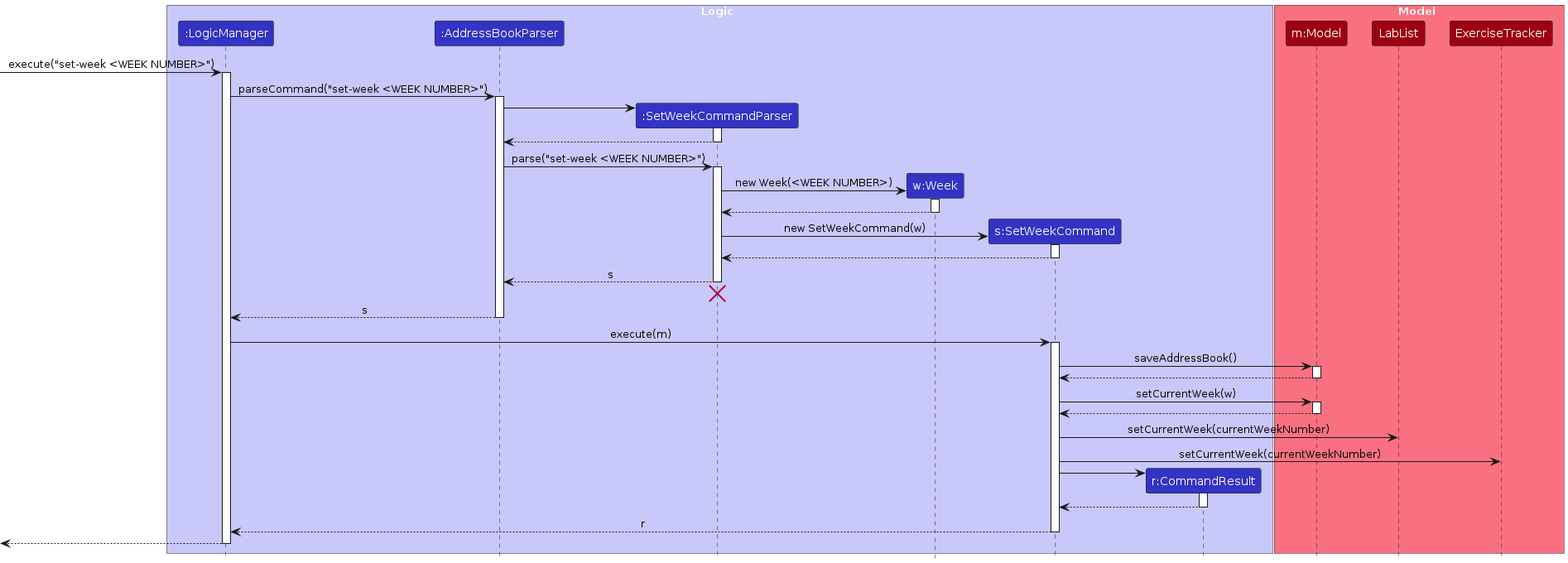
The PlantUML diagram diagrams/set-week/SetWeekSequenceDiagram.png in AY2526S1-CS2103T-T09-3/tp, before a commit. Its source is kept beside it as diagrams/set-week/SetWeekSequenceDiagram.puml.
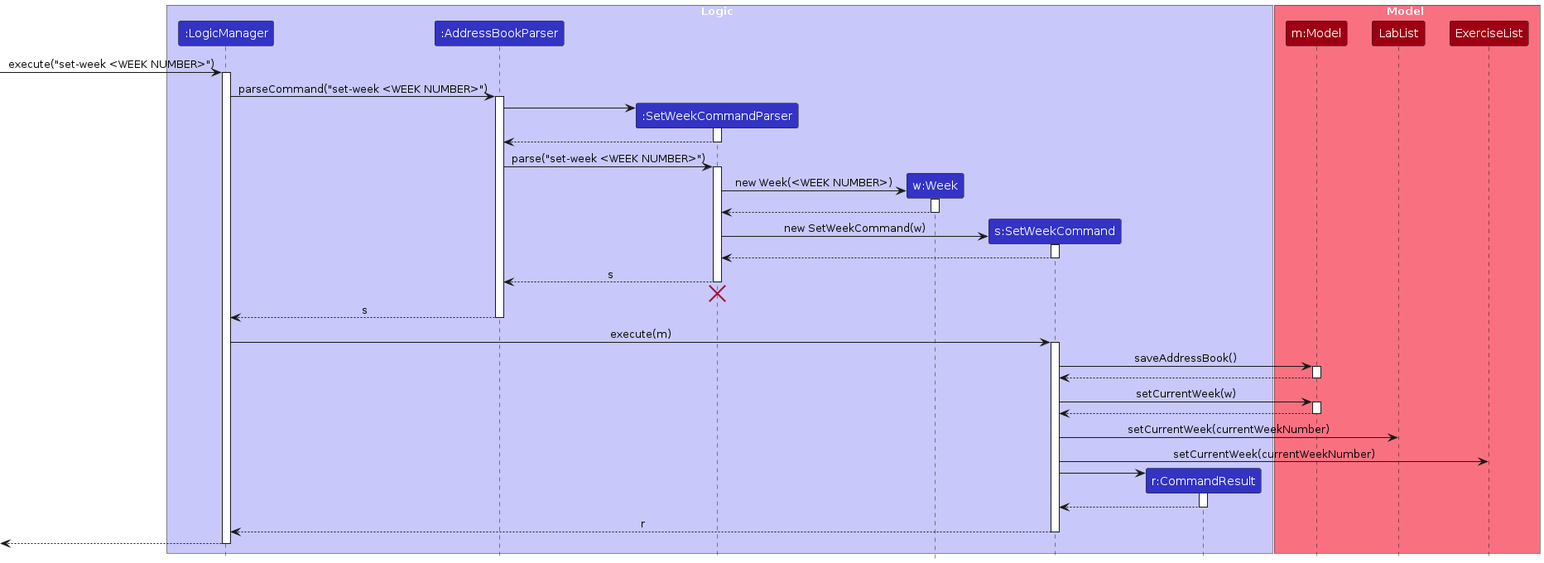
Above is the later version.

What changed in the source:
```diff
@@ -14,7 +14,7 @@
 box Model MODEL_COLOR_T1
 participant "m:Model" as Model MODEL_COLOR
  participant "LabList" as LabList MODEL_COLOR
-  participant "ExerciseTracker" as ExerciseTracker MODEL_COLOR
+  participant "ExerciseList" as ExerciseList MODEL_COLOR
 end box
 
 [-> LogicManager : execute("set-week <WEEK NUMBER>")
@@ -71,7 +71,7 @@
 deactivate Model
 
 SetWeekCommand -> LabList : setCurrentWeek(currentWeekNumber)
-SetWeekCommand -> ExerciseTracker : setCurrentWeek(currentWeekNumber)
+SetWeekCommand -> ExerciseList : setCurrentWeek(currentWeekNumber)
 
 create CommandResult
 SetWeekCommand -> CommandResult
```
